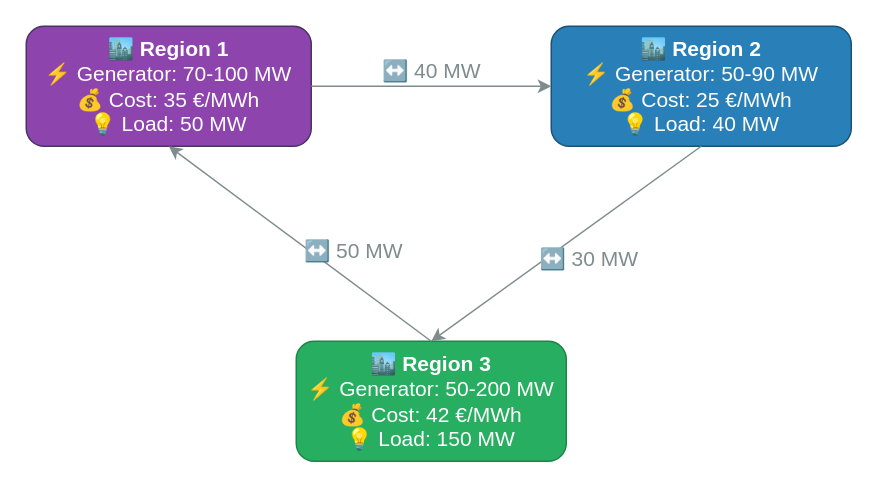
AntaresSimulatorTeam/GEMS keeps this draw.io diagram as doc/assets/2_QSE_Adequacy_scheme.drawio. Above is the earlier version. Source tidied: cells renumbered, new cells numbered last; positions are measured from the earlier drawing's top-left corner, leaving out a move shared by most shapes. Both pictures are drawn from the tidied source at 150%, with x=0, y=0 at pixel (26, 26).
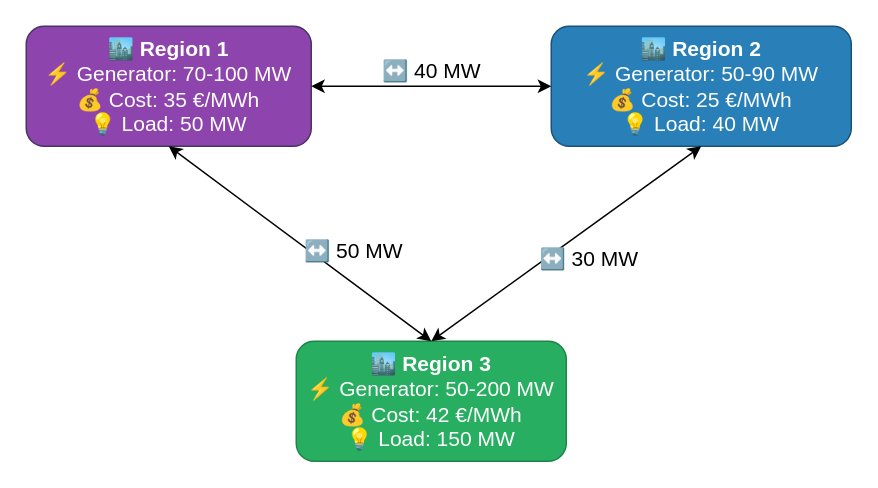
Above is the later version.

Commit message (it also covers changes not shown here):
bidirectional and black arrows

What changed in the source:
```diff
@@
 <mxGraphModel>
   <root>
     <mxCell id="0" />
     <mxCell id="1" parent="0" />
     <mxCell id="2" value="&lt;b&gt;🏙️ Region 1&lt;/b&gt;&lt;br&gt;⚡ Generator: 70-100 MW&lt;br&gt;💰 Cost: 35 €/MWh&lt;br&gt;💡 Load: 50 MW" style="rounded=1;whiteSpace=wrap;html=1;fillColor=#8E44AD;strokeColor=#483465;fontColor=#FFFFFF;align=center;fontSize=14;" parent="1" vertex="1">
       <mxGeometry width="190" height="80" as="geometry" />
     </mxCell>
     <mxCell id="3" value="&lt;b&gt;🏙️ Region 2&lt;/b&gt;&lt;br&gt;⚡ Generator: 50-90 MW&lt;br&gt;💰 Cost: 25 €/MWh&lt;br&gt;💡 Load: 40 MW" style="rounded=1;whiteSpace=wrap;html=1;fillColor=#2980B9;strokeColor=#1A5276;fontColor=#FFFFFF;align=center;fontSize=14;" parent="1" vertex="1">
       <mxGeometry x="350" width="200" height="80" as="geometry" />
     </mxCell>
     <mxCell id="4" value="&lt;b&gt;🏙️ Region 3&lt;/b&gt;&lt;br&gt;⚡ Generator: 50-200 MW&lt;br&gt;💰 Cost: 42 €/MWh&lt;br&gt;💡 Load: 150 MW" style="rounded=1;whiteSpace=wrap;html=1;fillColor=#27AE60;strokeColor=#1E8449;fontColor=#FFFFFF;align=center;fontSize=14;" parent="1" vertex="1">
       <mxGeometry x="180" y="210" width="180" height="80" as="geometry" />
     </mxCell>
-    <mxCell id="5" style="rounded=0;endArrow=classic;endFill=1;html=1;strokeColor=#7F8C8D;exitX=1;exitY=0.5;entryX=0;entryY=0.5;" parent="1" edge="1" source="2" target="3">
+    <mxCell id="5" style="startArrow=classic;rounded=0;endArrow=classic;endFill=1;html=1;strokeColor=#000000;exitX=1;exitY=0.5;entryX=0;entryY=0.5;" parent="1" edge="1" source="2" target="3">
       <mxGeometry relative="1" as="geometry" />
     </mxCell>
-    <mxCell id="6" value="&lt;font style=&quot;color: rgb(127, 140, 141);&quot;&gt;↔️ 40 MW&lt;/font&gt;" style="text;html=1;align=center;verticalAlign=middle;fillColor=none;strokeColor=none;fontColor=#7F8C8D;fontSize=14;" parent="5" vertex="1">
+    <mxCell id="6" value="&lt;font style=&quot;color: rgba(0, 0, 0);&quot;&gt;↔️ 40 MW&lt;/font&gt;" style="text;html=1;align=center;verticalAlign=middle;fillColor=none;strokeColor=none;fontColor=#7F8C8D;fontSize=14;" parent="5" vertex="1">
       <mxGeometry width="70" height="30" relative="1" as="geometry">
         <mxPoint x="-35" y="-25" as="offset" />
       </mxGeometry>
     </mxCell>
-    <mxCell id="7" style="rounded=0;endArrow=classic;endFill=1;html=1;strokeColor=#7F8C8D;exitX=0.5;exitY=1;entryX=0.5;entryY=0;" parent="1" edge="1" source="3" target="4">
+    <mxCell id="7" style="startArrow=classic;rounded=0;endArrow=classic;endFill=1;html=1;strokeColor=#000000;exitX=0.5;exitY=1;entryX=0.5;entryY=0;" parent="1" edge="1" source="3" target="4">
       <mxGeometry relative="1" as="geometry" />
     </mxCell>
-    <mxCell id="8" value="&lt;font style=&quot;color: rgb(127, 140, 141);&quot;&gt;↔️ 30 MW&lt;/font&gt;" style="text;html=1;align=center;verticalAlign=middle;fillColor=none;strokeColor=none;fontColor=#7F8C8D;fontSize=14;" parent="7" vertex="1">
+    <mxCell id="8" value="&lt;font style=&quot;color: rgb(0, 0, 0);&quot;&gt;↔️ 30 MW&lt;/font&gt;" style="text;html=1;align=center;verticalAlign=middle;fillColor=none;strokeColor=none;fontColor=#7F8C8D;fontSize=14;" parent="7" vertex="1">
       <mxGeometry width="70" height="30" relative="1" as="geometry">
         <mxPoint x="-20" y="-5" as="offset" />
       </mxGeometry>
     </mxCell>
-    <mxCell id="9" style="rounded=0;endArrow=classic;endFill=1;html=1;strokeColor=#7F8C8D;exitX=0.5;exitY=0;entryX=0.5;entryY=1;" parent="1" edge="1" source="4" target="2">
+    <mxCell id="9" style="startArrow=classic;rounded=0;endArrow=classic;endFill=1;html=1;strokeColor=#000000;exitX=0.5;exitY=0;entryX=0.5;entryY=1;" parent="1" edge="1" source="4" target="2">
       <mxGeometry relative="1" as="geometry" />
     </mxCell>
-    <mxCell id="10" value="&lt;font style=&quot;color: rgb(127, 140, 141);&quot;&gt;↔️ 50 MW&lt;/font&gt;" style="text;html=1;align=center;verticalAlign=middle;fillColor=none;strokeColor=none;fontColor=#7F8C8D;fontSize=14;" parent="9" vertex="1">
+    <mxCell id="10" value="&lt;font style=&quot;color: rgb(0, 0, 0);&quot;&gt;↔️ 50 MW&lt;/font&gt;" style="text;html=1;align=center;verticalAlign=middle;fillColor=none;strokeColor=none;fontColor=#7F8C8D;fontSize=14;" parent="9" vertex="1">
       <mxGeometry width="70" height="30" relative="1" as="geometry">
         <mxPoint y="-10" as="offset" />
       </mxGeometry>
     </mxCell>
   </root>
 </mxGraphModel>
```
